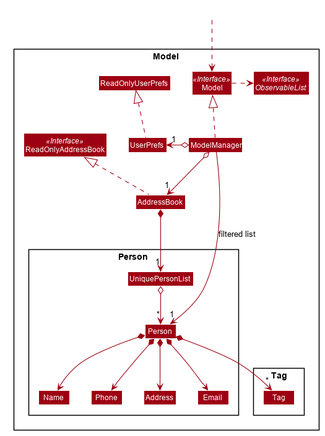
Earlier version of the PlantUML export docs/images/ModelClassDiagram.png (nus-cs2103-AY1920S1/addressbook-level3).
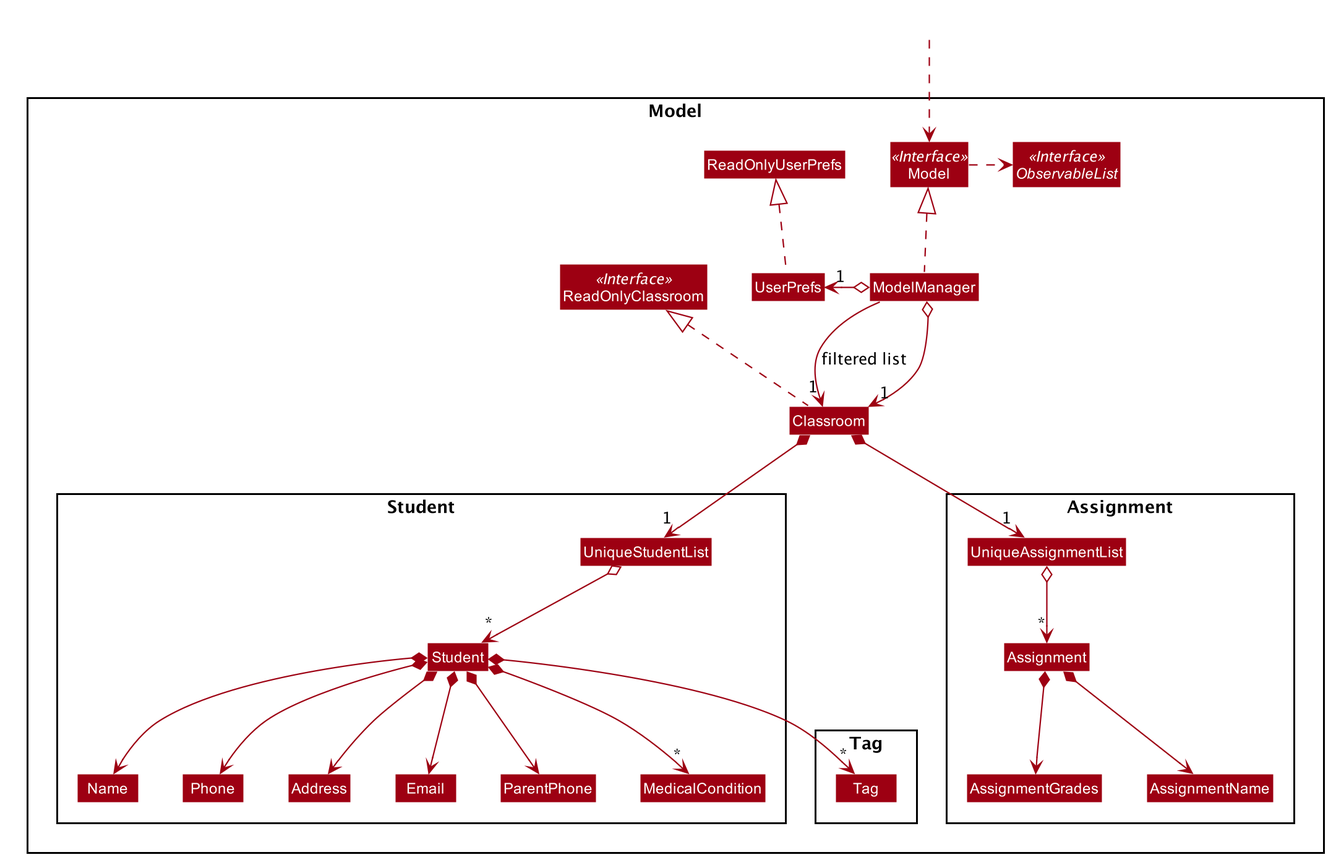
The same file after the commit.

Diff of the diagram source:
```diff
@@ -52,52 +52,70 @@
 skinparam classBackgroundColor #9D0012
 
 Package Model <<Rectangle>>{
-Interface ReadOnlyAddressBook <<Interface>>
+Interface ReadOnlyClassroom <<Interface>>
 Interface Model <<Interface>>
 Interface ObservableList <<Interface>>
-Class AddressBook
-Class ReadOnlyAddressBook
+Class Classroom
+Class ReadOnlyClassroom
 Class Model
 Class ModelManager
 Class UserPrefs
 Class ReadOnlyUserPrefs
 
-Package Person {
-Class Person
+Package Student {
+Class Student
 Class Address
 Class Email
 Class Name
 Class Phone
-Class UniquePersonList
+Class ParentPhone
+Class MedicalCondition
+Class UniqueStudentList
 }
 
 Package Tag {
 Class Tag
+}
+
+Package Assignment {
+Class Assignment
+Class AssignmentGrades
+Class AssignmentName
+Class UniqueAssignmentList
 }
 }
 
 Class HiddenOutside #FFFFFF
 HiddenOutside ..> Model
 
-AddressBook .up.|> ReadOnlyAddressBook
+Classroom .up.|> ReadOnlyClassroom
 
 ModelManager .up.|> Model
 Model .right.> ObservableList
-ModelManager o--> "1" AddressBook
+ModelManager o--> "1" Classroom
 ModelManager o-left-> "1" UserPrefs
 UserPrefs .up.|> ReadOnlyUserPrefs
 
-AddressBook *--> "1" UniquePersonList
-UniquePersonList o--> "*" Person
-Person *--> Name
-Person *--> Phone
-Person *--> Email
-Person *--> Address
-Person *--> "*" Tag
+Classroom *--> "1" UniqueStudentList
+UniqueStudentList o--> "*" Student
+Student *--> Name
+Student *--> Phone
+Student *--> Email
+Student *--> Address
+Student *--> ParentPhone
+Student *--> "*" MedicalCondition
+Student *--> "*" Tag
+
+Classroom *--> "1" UniqueAssignmentList
+UniqueAssignmentList o--> "*" Assignment
+Assignment *--> AssignmentName
+Assignment *--> AssignmentGrades
 
 Name -[hidden]right-> Phone
 Phone -[hidden]right-> Address
 Address -[hidden]right-> Email
+Email -[hidden]right-> ParentPhone
+ParentPhone -[hidden]right-> MedicalCondition
 
-ModelManager -->"1" Person : filtered list
+ModelManager -->"1" Classroom : filtered list
 @enduml
```
